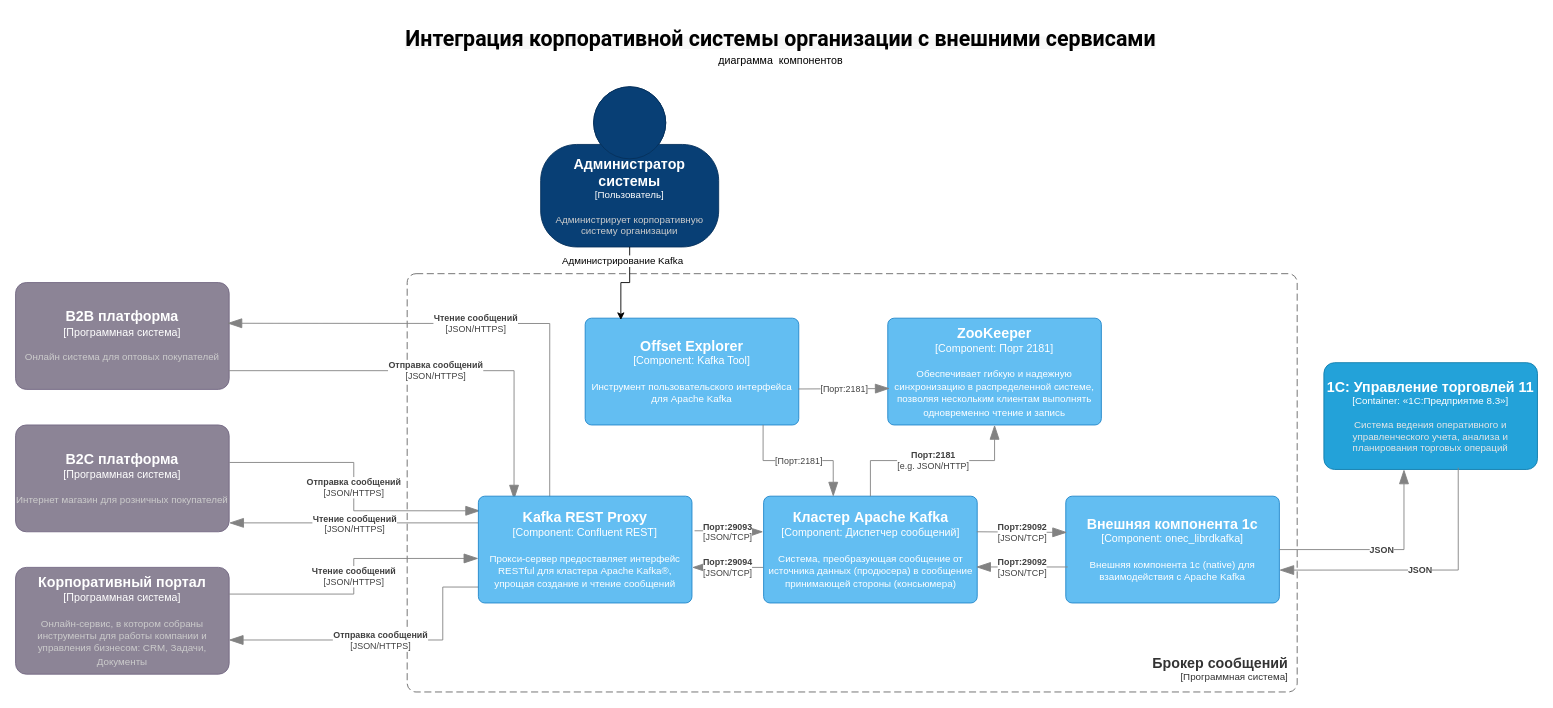
Earlier version of the draw.io diagram Component_Diagram.drawio (OlegM161/draw). Source tidied: cells renumbered, new cells numbered last; positions are measured from the earlier drawing's top-left corner, leaving out a move shared by most shapes. Both pictures are drawn from the tidied source at 89%, with x=0, y=0 at pixel (15, 15).
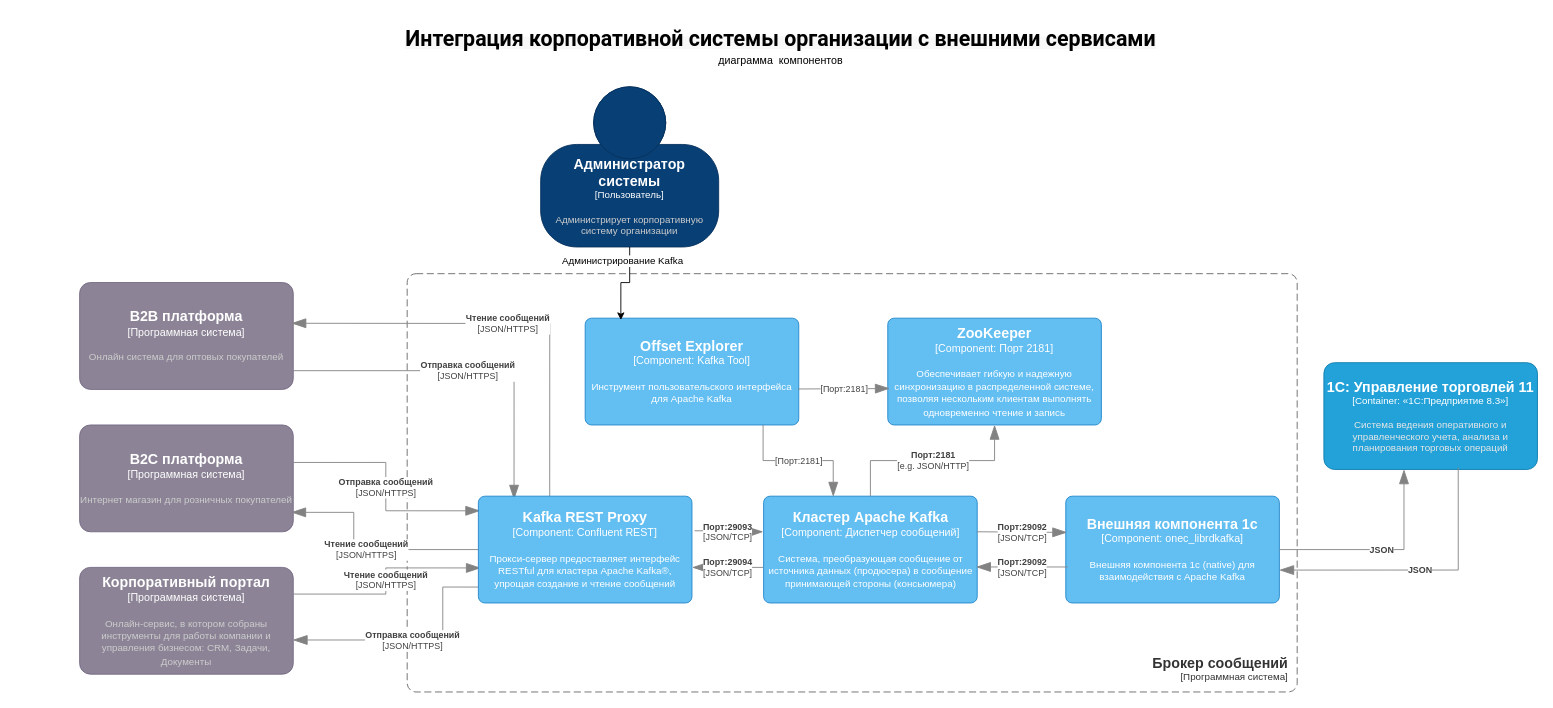
The same page after the edit.

Unchanged cells that the change refers to:
```xml
<object id="18" label="&lt;font style=&quot;font-size: 16px&quot;&gt;&lt;b&gt;%c4Name%&lt;/b&gt;&lt;/font&gt;&lt;div&gt;[%c4Type%: %c4Technology%]&lt;/div&gt;&lt;br&gt;&lt;div&gt;&lt;font style=&quot;font-size: 11px&quot;&gt;%c4Description%&lt;/font&gt;&lt;/div&gt;" c4Description="Прокси-сервер предоставляет интерфейс RESTful для кластера Apache Kafka®, упрощая создание и чтение сообщений" c4Name="Kafka REST Proxy" c4Technology="Confluent REST" c4Type="Component" placeholders="1">
  <mxCell style="rounded=1;whiteSpace=wrap;html=1;labelBackgroundColor=none;fillColor=#63BEF2;fontColor=#ffffff;align=center;arcSize=6;strokeColor=#2086C9;points=[[0.25,0,0],[0.5,0,0],[0.75,0,0],[1,0.25,0],[1,0.5,0],[1,0.75,0],[0.75,1,0],[0.5,1,0],[0.25,1,0],[0,0.75,0],[0,0.5,0],[0,0.25,0]];" parent="1" vertex="1">
    <mxGeometry x="520" y="540" width="240" height="120" as="geometry" />
  </mxCell>
</object>
```

Diff of the diagram source:
```diff
@@
     <object id="3" label="&lt;font style=&quot;font-size: 16px&quot;&gt;&lt;b&gt;%c4Name%&lt;/b&gt;&lt;/font&gt;&lt;div&gt;[%c4Type%]&lt;/div&gt;&lt;br&gt;&lt;div&gt;&lt;font style=&quot;font-size: 11px&quot;&gt;&lt;font color=&quot;#cccccc&quot;&gt;%c4Description%&lt;/font&gt;&lt;/div&gt;" c4Description="Онлайн система для оптовых покупателей" c4Name="B2B платформа" c4Type="Программная система" placeholders="1">
       <mxCell style="rounded=1;whiteSpace=wrap;html=1;labelBackgroundColor=none;fillColor=#8C8496;fontColor=#ffffff;align=center;arcSize=10;strokeColor=#736782;points=[[0.25,0,0],[0.5,0,0],[0.75,0,0],[1,0.25,0],[1,0.5,0],[1,0.75,0],[0.75,1,0],[0.5,1,0],[0.25,1,0],[0,0.75,0],[0,0.5,0],[0,0.25,0]];imageWidth=24;imageHeight=24;" parent="1" vertex="1">
-        <mxGeometry y="300" width="240" height="120" as="geometry" />
+        <mxGeometry x="72" y="300" width="240" height="120" as="geometry" />
       </mxCell>
     </object>
     <object id="4" label="&lt;font style=&quot;font-size: 16px&quot;&gt;&lt;b&gt;%c4Name%&lt;/b&gt;&lt;/font&gt;&lt;div&gt;[%c4Type%]&lt;/div&gt;&lt;br&gt;&lt;div&gt;&lt;font style=&quot;font-size: 11px&quot;&gt;&lt;font color=&quot;#cccccc&quot;&gt;%c4Description%&lt;/font&gt;&lt;/div&gt;" c4Description="Интернет магазин для розничных покупателей" c4Name="B2C платформа" c4Type="Программная система" placeholders="1">
       <mxCell style="rounded=1;whiteSpace=wrap;html=1;labelBackgroundColor=none;fillColor=#8C8496;fontColor=#ffffff;align=center;arcSize=10;strokeColor=#736782;points=[[0.25,0,0],[0.5,0,0],[0.75,0,0],[1,0.25,0],[1,0.5,0],[1,0.75,0],[0.75,1,0],[0.5,1,0],[0.25,1,0],[0,0.75,0],[0,0.5,0],[0,0.25,0]];" parent="1" vertex="1">
-        <mxGeometry y="460" width="240" height="120" as="geometry" />
+        <mxGeometry x="72" y="460" width="240" height="120" as="geometry" />
       </mxCell>
     </object>
     <object id="5" label="&lt;font style=&quot;font-size: 16px&quot;&gt;&lt;b&gt;%c4Name%&lt;/b&gt;&lt;/font&gt;&lt;div&gt;[%c4Type%]&lt;/div&gt;&lt;br&gt;&lt;div&gt;&lt;font style=&quot;font-size: 11px&quot;&gt;&lt;font color=&quot;#cccccc&quot;&gt;%c4Description%&lt;/font&gt;&lt;/div&gt;" c4Description="Онлайн-сервис, в котором собраны инструменты для работы компании и управления бизнесом: CRM, Задачи, Документы" c4Name="Корпоративный портал" c4Type="Программная система" placeholders="1">
       <mxCell style="rounded=1;whiteSpace=wrap;html=1;labelBackgroundColor=none;fillColor=#8C8496;fontColor=#ffffff;align=center;arcSize=10;strokeColor=#736782;points=[[0.25,0,0],[0.5,0,0],[0.75,0,0],[1,0.25,0],[1,0.5,0],[1,0.75,0],[0.75,1,0],[0.5,1,0],[0.25,1,0],[0,0.75,0],[0,0.5,0],[0,0.25,0]];" parent="1" vertex="1">
-        <mxGeometry y="620" width="240" height="120" as="geometry" />
+        <mxGeometry x="72" y="620" width="240" height="120" as="geometry" />
       </mxCell>
     </object>
@@
     <object id="11" label="&lt;div style=&quot;text-align: left&quot;&gt;&lt;div style=&quot;text-align: center&quot;&gt;&lt;b&gt;%c4Description%&lt;/b&gt;&lt;/div&gt;&lt;div style=&quot;text-align: center&quot;&gt;[%c4Technology%]&lt;/div&gt;&lt;/div&gt;" c4Description="Чтение сообщений" c4Technology="JSON/HTTPS" placeholders="1">
-      <mxCell style="endArrow=blockThin;html=1;fontSize=10;fontColor=#404040;strokeWidth=1;endFill=1;strokeColor=#828282;elbow=vertical;endSize=14;startSize=14;jumpStyle=arc;jumpSize=16;rounded=0;edgeStyle=orthogonalEdgeStyle;exitX=0;exitY=0.25;exitDx=0;exitDy=0;exitPerimeter=0;" parent="1" edge="1" source="18">
+      <mxCell style="endArrow=blockThin;html=1;fontSize=10;fontColor=#404040;strokeWidth=1;endFill=1;strokeColor=#828282;elbow=vertical;endSize=14;startSize=14;jumpStyle=arc;jumpSize=16;rounded=0;edgeStyle=orthogonalEdgeStyle;exitX=0;exitY=0.5;exitDx=0;exitDy=0;exitPerimeter=0;entryX=0.991;entryY=0.818;entryDx=0;entryDy=0;entryPerimeter=0;" parent="1" edge="1" source="18" target="4">
         <mxGeometry relative="1" as="geometry">
-          <mxPoint x="240" y="570" as="targetPoint" />
+          <Array as="points">
+            <mxPoint x="380" y="600" />
+            <mxPoint x="380" y="558" />
+          </Array>
         </mxGeometry>
       </mxCell>
     </object>
@@
     <object id="13" label="&lt;div style=&quot;text-align: left&quot;&gt;&lt;div style=&quot;text-align: center&quot;&gt;&lt;b&gt;%c4Description%&lt;/b&gt;&lt;/div&gt;&lt;div style=&quot;text-align: center&quot;&gt;[%c4Technology%]&lt;/div&gt;&lt;/div&gt;" c4Description="Чтение сообщений" c4Technology="JSON/HTTPS" placeholders="1">
-      <mxCell style="endArrow=blockThin;html=1;fontSize=10;fontColor=#404040;strokeWidth=1;endFill=1;strokeColor=#828282;elbow=vertical;endSize=14;startSize=14;jumpStyle=arc;jumpSize=16;rounded=0;edgeStyle=orthogonalEdgeStyle;exitX=1;exitY=0.25;exitDx=0;exitDy=0;exitPerimeter=0;entryX=0;entryY=0.583;entryDx=0;entryDy=0;entryPerimeter=0;" parent="1" edge="1" source="5" target="18">
+      <mxCell style="endArrow=blockThin;html=1;fontSize=10;fontColor=#404040;strokeWidth=1;endFill=1;strokeColor=#828282;elbow=vertical;endSize=14;startSize=14;jumpStyle=arc;jumpSize=16;rounded=0;edgeStyle=orthogonalEdgeStyle;exitX=1;exitY=0.25;exitDx=0;exitDy=0;exitPerimeter=0;entryX=0.011;entryY=0.672;entryDx=0;entryDy=0;entryPerimeter=0;" parent="1" edge="1" source="5" target="18">
         <mxGeometry relative="1" as="geometry" />
       </mxCell>
     </object>
```
